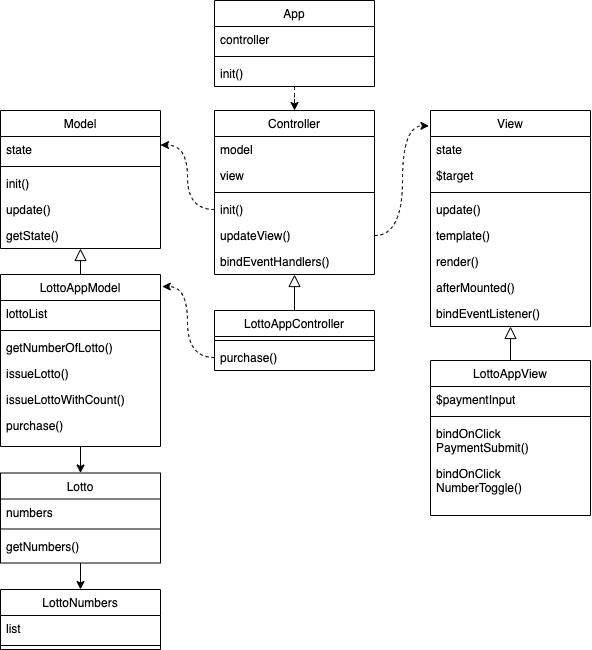
Before: javascript-lotto-modeling.png, a diagram exported from draw.io (woowacourse/javascript-lotto). Source tidied: cells renumbered, new cells last; positions are measured from the earlier drawing's top-left corner, leaving out a move shared by most shapes. The source it was exported from:
```xml
<mxGraphModel>
  <root>
    <mxCell id="0" />
    <mxCell id="1" parent="0" />
    <mxCell id="2" value="Controller" style="swimlane;fontStyle=0;align=center;verticalAlign=top;horizontal=1;startSize=26;rounded=0;shadow=0;strokeWidth=1;" parent="1" vertex="1">
      <mxGeometry x="214" y="110" width="160" height="164" as="geometry" />
    </mxCell>
    <mxCell id="3" value="model" style="text;align=left;verticalAlign=top;spacingLeft=4;spacingRight=4;overflow=hidden;points=[[0,0.5],[1,0.5]];portConstraint=eastwest;" parent="2" vertex="1">
      <mxGeometry y="26" width="160" height="26" as="geometry" />
    </mxCell>
    <mxCell id="4" value="view" style="text;align=left;verticalAlign=top;spacingLeft=4;spacingRight=4;overflow=hidden;points=[[0,0.5],[1,0.5]];portConstraint=eastwest;rounded=0;shadow=0;html=0;" parent="2" vertex="1">
      <mxGeometry y="52" width="160" height="26" as="geometry" />
    </mxCell>
    <mxCell id="5" style="line;html=1;strokeWidth=1;align=left;verticalAlign=middle;spacingTop=-1;spacingLeft=3;spacingRight=3;labelPosition=right;" parent="2" vertex="1">
      <mxGeometry y="78" width="160" height="8" as="geometry" />
    </mxCell>
    <mxCell id="6" value="init()" style="text;align=left;verticalAlign=top;spacingLeft=4;spacingRight=4;overflow=hidden;points=[[0,0.5],[1,0.5]];portConstraint=eastwest;" parent="2" vertex="1">
      <mxGeometry y="86" width="160" height="26" as="geometry" />
    </mxCell>
    <mxCell id="7" value="updateView()" style="text;align=left;verticalAlign=top;spacingLeft=4;spacingRight=4;overflow=hidden;points=[[0,0.5],[1,0.5]];portConstraint=eastwest;" parent="2" vertex="1">
      <mxGeometry y="112" width="160" height="26" as="geometry" />
    </mxCell>
    <mxCell id="8" value="bindEventHandlers()" style="text;align=left;verticalAlign=top;spacingLeft=4;spacingRight=4;overflow=hidden;" parent="2" vertex="1">
      <mxGeometry y="138" width="160" height="26" as="geometry" />
    </mxCell>
    <mxCell id="9" style="edgeStyle=orthogonalEdgeStyle;rounded=0;jettySize=auto;html=1;dashed=1;exitX=0;exitY=0.5;exitDx=0;exitDy=0;entryX=1.011;entryY=0.07;entryDx=0;entryDy=0;entryPerimeter=0;curved=1;" parent="1" edge="1" source="12" target="23">
      <mxGeometry relative="1" as="geometry" />
    </mxCell>
    <mxCell id="10" value="LottoAppController" style="swimlane;fontStyle=0;align=center;verticalAlign=top;horizontal=1;startSize=26;rounded=0;shadow=0;strokeWidth=1;" parent="1" vertex="1">
      <mxGeometry x="214" y="310" width="160" height="60" as="geometry" />
    </mxCell>
    <mxCell id="11" style="line;html=1;strokeWidth=1;align=left;verticalAlign=middle;spacingTop=-1;spacingLeft=3;spacingRight=3;labelPosition=right;" parent="10" vertex="1">
      <mxGeometry y="26" width="160" height="8" as="geometry" />
    </mxCell>
    <mxCell id="12" value="purchase()" style="text;align=left;verticalAlign=top;spacingLeft=4;spacingRight=4;overflow=hidden;points=[[0,0.5],[1,0.5]];portConstraint=eastwest;" parent="10" vertex="1">
      <mxGeometry y="34" width="160" height="26" as="geometry" />
    </mxCell>
    <mxCell id="13" style="endArrow=block;endSize=10;endFill=0;shadow=0;strokeWidth=1;rounded=0;edgeStyle=orthogonalEdgeStyle;elbow=vertical;curved=1;" parent="1" edge="1" source="10" target="2">
      <mxGeometry relative="1" as="geometry" />
    </mxCell>
    <mxCell id="14" value="View" style="swimlane;fontStyle=0;align=center;verticalAlign=top;horizontal=1;startSize=26;rounded=0;shadow=0;strokeWidth=1;" parent="1" vertex="1">
      <mxGeometry x="430" y="110" width="160" height="216" as="geometry" />
    </mxCell>
    <mxCell id="15" value="state" style="text;align=left;verticalAlign=top;spacingLeft=4;spacingRight=4;overflow=hidden;rounded=0;shadow=0;html=0;" parent="14" vertex="1">
      <mxGeometry y="26" width="160" height="26" as="geometry" />
    </mxCell>
    <mxCell id="16" value="$target" style="text;align=left;verticalAlign=top;spacingLeft=4;spacingRight=4;overflow=hidden;rounded=0;shadow=0;html=0;" parent="14" vertex="1">
      <mxGeometry y="52" width="160" height="26" as="geometry" />
    </mxCell>
    <mxCell id="17" style="line;html=1;strokeWidth=1;align=left;verticalAlign=middle;spacingTop=-1;spacingLeft=3;spacingRight=3;labelPosition=right;" parent="14" vertex="1">
      <mxGeometry y="78" width="160" height="8" as="geometry" />
    </mxCell>
    <mxCell id="18" value="update()" style="text;align=left;verticalAlign=top;spacingLeft=4;spacingRight=4;overflow=hidden;" parent="14" vertex="1">
      <mxGeometry y="86" width="160" height="26" as="geometry" />
    </mxCell>
    <mxCell id="19" value="template()" style="text;align=left;verticalAlign=top;spacingLeft=4;spacingRight=4;overflow=hidden;" parent="14" vertex="1">
      <mxGeometry y="112" width="160" height="26" as="geometry" />
    </mxCell>
    <mxCell id="20" value="render()" style="text;align=left;verticalAlign=top;spacingLeft=4;spacingRight=4;overflow=hidden;" parent="14" vertex="1">
      <mxGeometry y="138" width="160" height="26" as="geometry" />
    </mxCell>
    <mxCell id="21" value="afterMounted()" style="text;align=left;verticalAlign=top;spacingLeft=4;spacingRight=4;overflow=hidden;" parent="14" vertex="1">
      <mxGeometry y="164" width="160" height="26" as="geometry" />
    </mxCell>
    <mxCell id="22" value="bindEventListener()" style="text;align=left;verticalAlign=top;spacingLeft=4;spacingRight=4;overflow=hidden;" parent="14" vertex="1">
      <mxGeometry y="190" width="160" height="26" as="geometry" />
    </mxCell>
    <mxCell id="23" value="LottoAppModel" style="swimlane;fontStyle=0;align=center;verticalAlign=top;horizontal=1;startSize=26;rounded=0;shadow=0;strokeWidth=1;" parent="1" vertex="1">
      <mxGeometry y="274" width="160" height="172" as="geometry" />
    </mxCell>
    <mxCell id="24" value="lottoList" style="text;align=left;verticalAlign=top;spacingLeft=4;spacingRight=4;overflow=hidden;" parent="23" vertex="1">
      <mxGeometry y="26" width="160" height="26" as="geometry" />
    </mxCell>
    <mxCell id="25" style="line;html=1;strokeWidth=1;align=left;verticalAlign=middle;spacingTop=-1;spacingLeft=3;spacingRight=3;labelPosition=right;" parent="23" vertex="1">
      <mxGeometry y="52" width="160" height="8" as="geometry" />
    </mxCell>
    <mxCell id="26" value="getNumberOfLotto()" style="text;align=left;verticalAlign=top;spacingLeft=4;spacingRight=4;overflow=hidden;fontStyle=0;" parent="23" vertex="1">
      <mxGeometry y="60" width="160" height="26" as="geometry" />
    </mxCell>
    <mxCell id="27" value="issueLotto()" style="text;align=left;verticalAlign=top;spacingLeft=4;spacingRight=4;overflow=hidden;" parent="23" vertex="1">
      <mxGeometry y="86" width="160" height="26" as="geometry" />
    </mxCell>
    <mxCell id="28" value="issueLottoWithCount()" style="text;align=left;verticalAlign=top;spacingLeft=4;spacingRight=4;overflow=hidden;" parent="23" vertex="1">
      <mxGeometry y="112" width="160" height="26" as="geometry" />
    </mxCell>
    <mxCell id="29" value="purchase()" style="text;align=left;verticalAlign=top;spacingLeft=4;spacingRight=4;overflow=hidden;" parent="23" vertex="1">
      <mxGeometry y="138" width="160" height="26" as="geometry" />
    </mxCell>
    <mxCell id="30" value="LottoAppView" style="swimlane;fontStyle=0;align=center;verticalAlign=top;horizontal=1;startSize=26;rounded=0;shadow=0;strokeWidth=1;" parent="1" vertex="1">
      <mxGeometry x="430" y="360" width="160" height="155" as="geometry" />
    </mxCell>
    <mxCell id="31" value="$paymentInput" style="text;align=left;verticalAlign=top;spacingLeft=4;spacingRight=4;overflow=hidden;" parent="30" vertex="1">
      <mxGeometry y="26" width="160" height="26" as="geometry" />
    </mxCell>
    <mxCell id="32" style="line;html=1;strokeWidth=1;align=left;verticalAlign=middle;spacingTop=-1;spacingLeft=3;spacingRight=3;labelPosition=right;" parent="30" vertex="1">
      <mxGeometry y="52" width="160" height="8" as="geometry" />
    </mxCell>
    <mxCell id="33" value="bindOnClick&#10;PaymentSubmit()" style="text;align=left;verticalAlign=top;spacingLeft=4;spacingRight=4;overflow=hidden;" parent="30" vertex="1">
      <mxGeometry y="60" width="160" height="40" as="geometry" />
    </mxCell>
    <mxCell id="34" value="bindOnClick&#10;NumberToggle()" style="text;align=left;verticalAlign=top;spacingLeft=4;spacingRight=4;overflow=hidden;" parent="30" vertex="1">
      <mxGeometry y="100" width="160" height="40" as="geometry" />
    </mxCell>
    <mxCell id="35" style="endArrow=block;endSize=10;endFill=0;shadow=0;strokeWidth=1;rounded=0;edgeStyle=orthogonalEdgeStyle;elbow=vertical;exitX=0.5;exitY=0;exitDx=0;exitDy=0;entryX=0.5;entryY=1;entryDx=0;entryDy=0;curved=1;" parent="1" edge="1" source="23" target="37">
      <mxGeometry relative="1" as="geometry" />
    </mxCell>
    <mxCell id="36" style="endArrow=block;endSize=10;endFill=0;shadow=0;strokeWidth=1;rounded=0;edgeStyle=orthogonalEdgeStyle;elbow=vertical;exitX=0.5;exitY=0;exitDx=0;exitDy=0;entryX=0.5;entryY=1;entryDx=0;entryDy=0;curved=1;" parent="1" edge="1" source="30" target="14">
      <mxGeometry relative="1" as="geometry" />
    </mxCell>
    <mxCell id="37" value="Model" style="swimlane;fontStyle=0;align=center;verticalAlign=top;horizontal=1;startSize=26;rounded=0;shadow=0;strokeWidth=1;" parent="1" vertex="1">
      <mxGeometry y="110" width="160" height="138" as="geometry" />
    </mxCell>
    <mxCell id="38" value="state" style="text;align=left;verticalAlign=top;spacingLeft=4;spacingRight=4;overflow=hidden;" parent="37" vertex="1">
      <mxGeometry y="26" width="160" height="26" as="geometry" />
    </mxCell>
    <mxCell id="39" style="line;html=1;strokeWidth=1;align=left;verticalAlign=middle;spacingTop=-1;spacingLeft=3;spacingRight=3;labelPosition=right;" parent="37" vertex="1">
      <mxGeometry y="52" width="160" height="8" as="geometry" />
    </mxCell>
    <mxCell id="40" value="init()" style="text;align=left;verticalAlign=top;spacingLeft=4;spacingRight=4;overflow=hidden;fontStyle=0;" parent="37" vertex="1">
      <mxGeometry y="60" width="160" height="26" as="geometry" />
    </mxCell>
    <mxCell id="41" value="update()" style="text;align=left;verticalAlign=top;spacingLeft=4;spacingRight=4;overflow=hidden;fontStyle=0;" parent="37" vertex="1">
      <mxGeometry y="86" width="160" height="26" as="geometry" />
    </mxCell>
    <mxCell id="42" value="getState()" style="text;align=left;verticalAlign=top;spacingLeft=4;spacingRight=4;overflow=hidden;fontStyle=0;" parent="37" vertex="1">
      <mxGeometry y="112" width="160" height="26" as="geometry" />
    </mxCell>
    <mxCell id="43" value="Lotto" style="swimlane;fontStyle=0;align=center;verticalAlign=top;horizontal=1;startSize=26;rounded=0;shadow=0;strokeWidth=1;" parent="1" vertex="1">
      <mxGeometry y="472.5" width="160" height="90" as="geometry" />
    </mxCell>
    <mxCell id="44" value="numbers" style="text;align=left;verticalAlign=top;spacingLeft=4;spacingRight=4;overflow=hidden;" parent="43" vertex="1">
      <mxGeometry y="26" width="160" height="26" as="geometry" />
    </mxCell>
    <mxCell id="45" style="line;html=1;strokeWidth=1;align=left;verticalAlign=middle;spacingTop=-1;spacingLeft=3;spacingRight=3;labelPosition=right;" parent="43" vertex="1">
      <mxGeometry y="52" width="160" height="8" as="geometry" />
    </mxCell>
    <mxCell id="46" value="getNumbers()" style="text;align=left;verticalAlign=top;spacingLeft=4;spacingRight=4;overflow=hidden;" parent="43" vertex="1">
      <mxGeometry y="60" width="160" height="26" as="geometry" />
    </mxCell>
    <mxCell id="47" value="LottoNumbers" style="swimlane;fontStyle=0;align=center;verticalAlign=top;horizontal=1;startSize=26;rounded=0;shadow=0;strokeWidth=1;" parent="1" vertex="1">
      <mxGeometry y="589" width="160" height="60" as="geometry" />
    </mxCell>
    <mxCell id="48" value="list" style="text;align=left;verticalAlign=top;spacingLeft=4;spacingRight=4;overflow=hidden;" parent="47" vertex="1">
      <mxGeometry y="26" width="160" height="26" as="geometry" />
    </mxCell>
    <mxCell id="49" style="line;html=1;strokeWidth=1;align=left;verticalAlign=middle;spacingTop=-1;spacingLeft=3;spacingRight=3;labelPosition=right;" parent="47" vertex="1">
      <mxGeometry y="52" width="160" height="8" as="geometry" />
    </mxCell>
    <mxCell id="50" style="endArrow=classic;html=1;rounded=0;exitX=0.5;exitY=1;exitDx=0;exitDy=0;entryX=0.5;entryY=0;entryDx=0;entryDy=0;edgeStyle=orthogonalEdgeStyle;curved=1;" parent="1" edge="1" source="23" target="43">
      <mxGeometry relative="1" as="geometry" />
    </mxCell>
    <mxCell id="51" style="endArrow=classic;html=1;rounded=0;exitX=0.5;exitY=1;exitDx=0;exitDy=0;entryX=0.5;entryY=0;entryDx=0;entryDy=0;edgeStyle=orthogonalEdgeStyle;curved=1;" parent="1" edge="1" source="43" target="47">
      <mxGeometry relative="1" as="geometry" />
    </mxCell>
    <mxCell id="52" style="edgeStyle=orthogonalEdgeStyle;rounded=0;jettySize=auto;html=1;dashed=1;entryX=1;entryY=0.25;entryDx=0;entryDy=0;curved=1;" parent="1" edge="1" source="6" target="37">
      <mxGeometry relative="1" as="geometry" />
    </mxCell>
    <mxCell id="53" style="edgeStyle=orthogonalEdgeStyle;rounded=0;jettySize=auto;html=1;dashed=1;entryX=-0.01;entryY=0.071;entryDx=0;entryDy=0;exitX=1;exitY=0.5;exitDx=0;exitDy=0;curved=1;entryPerimeter=0;" parent="1" edge="1" source="7" target="14">
      <mxGeometry relative="1" as="geometry" />
    </mxCell>
    <mxCell id="54" style="edgeStyle=orthogonalEdgeStyle;curved=1;rounded=0;jettySize=auto;html=1;dashed=1;entryX=0.5;entryY=0;entryDx=0;entryDy=0;" parent="1" edge="1" source="55" target="2">
      <mxGeometry relative="1" as="geometry" />
    </mxCell>
    <mxCell id="55" value="App" style="swimlane;fontStyle=0;align=center;verticalAlign=top;horizontal=1;startSize=26;rounded=0;shadow=0;strokeWidth=1;" parent="1" vertex="1">
      <mxGeometry x="214" width="160" height="86" as="geometry" />
    </mxCell>
    <mxCell id="56" value="controller" style="text;align=left;verticalAlign=top;spacingLeft=4;spacingRight=4;overflow=hidden;" parent="55" vertex="1">
      <mxGeometry y="26" width="160" height="26" as="geometry" />
    </mxCell>
    <mxCell id="57" style="line;html=1;strokeWidth=1;align=left;verticalAlign=middle;spacingTop=-1;spacingLeft=3;spacingRight=3;labelPosition=right;" parent="55" vertex="1">
      <mxGeometry y="52" width="160" height="8" as="geometry" />
    </mxCell>
    <mxCell id="58" value="init()" style="text;align=left;verticalAlign=top;spacingLeft=4;spacingRight=4;overflow=hidden;" parent="55" vertex="1">
      <mxGeometry y="60" width="160" height="26" as="geometry" />
    </mxCell>
  </root>
</mxGraphModel>
```
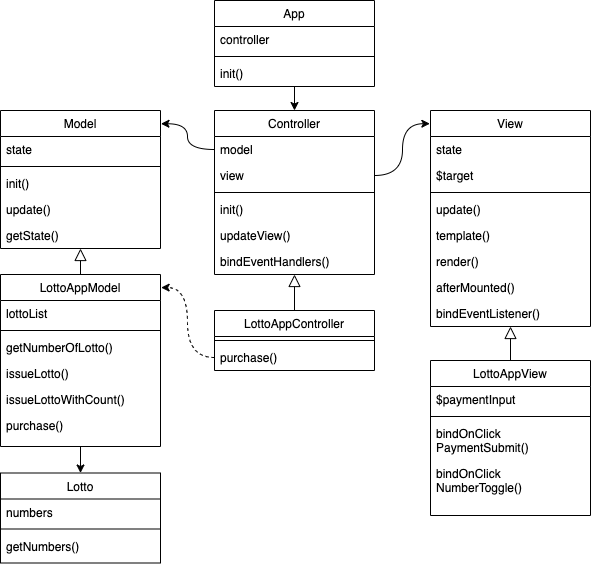
After the change.

Commit message:
docs: UML 다이어그램 수정

The edit, as a diff of the source:
```diff
@@ -23,7 +23,7 @@
     <mxCell id="8" value="bindEventHandlers()" style="text;align=left;verticalAlign=top;spacingLeft=4;spacingRight=4;overflow=hidden;" parent="2" vertex="1">
       <mxGeometry y="138" width="160" height="26" as="geometry" />
     </mxCell>
-    <mxCell id="9" style="edgeStyle=orthogonalEdgeStyle;rounded=0;jettySize=auto;html=1;dashed=1;exitX=0;exitY=0.5;exitDx=0;exitDy=0;entryX=1.011;entryY=0.07;entryDx=0;entryDy=0;entryPerimeter=0;curved=1;" parent="1" edge="1" source="12" target="23">
+    <mxCell id="9" style="edgeStyle=orthogonalEdgeStyle;rounded=0;jettySize=auto;html=1;dashed=1;exitX=0;exitY=0.5;exitDx=0;exitDy=0;entryX=1.004;entryY=0.076;entryDx=0;entryDy=0;curved=1;entryPerimeter=0;" parent="1" edge="1" source="12" target="23">
       <mxGeometry relative="1" as="geometry" />
     </mxCell>
     <mxCell id="10" value="LottoAppController" style="swimlane;fontStyle=0;align=center;verticalAlign=top;horizontal=1;startSize=26;rounded=0;shadow=0;strokeWidth=1;" parent="1" vertex="1">
@@ -137,28 +137,16 @@
     <mxCell id="46" value="getNumbers()" style="text;align=left;verticalAlign=top;spacingLeft=4;spacingRight=4;overflow=hidden;" parent="43" vertex="1">
       <mxGeometry y="60" width="160" height="26" as="geometry" />
     </mxCell>
-    <mxCell id="47" value="LottoNumbers" style="swimlane;fontStyle=0;align=center;verticalAlign=top;horizontal=1;startSize=26;rounded=0;shadow=0;strokeWidth=1;" parent="1" vertex="1">
-      <mxGeometry y="589" width="160" height="60" as="geometry" />
-    </mxCell>
-    <mxCell id="48" value="list" style="text;align=left;verticalAlign=top;spacingLeft=4;spacingRight=4;overflow=hidden;" parent="47" vertex="1">
-      <mxGeometry y="26" width="160" height="26" as="geometry" />
-    </mxCell>
-    <mxCell id="49" style="line;html=1;strokeWidth=1;align=left;verticalAlign=middle;spacingTop=-1;spacingLeft=3;spacingRight=3;labelPosition=right;" parent="47" vertex="1">
-      <mxGeometry y="52" width="160" height="8" as="geometry" />
-    </mxCell>
     <mxCell id="50" style="endArrow=classic;html=1;rounded=0;exitX=0.5;exitY=1;exitDx=0;exitDy=0;entryX=0.5;entryY=0;entryDx=0;entryDy=0;edgeStyle=orthogonalEdgeStyle;curved=1;" parent="1" edge="1" source="23" target="43">
       <mxGeometry relative="1" as="geometry" />
     </mxCell>
-    <mxCell id="51" style="endArrow=classic;html=1;rounded=0;exitX=0.5;exitY=1;exitDx=0;exitDy=0;entryX=0.5;entryY=0;entryDx=0;entryDy=0;edgeStyle=orthogonalEdgeStyle;curved=1;" parent="1" edge="1" source="43" target="47">
-      <mxGeometry relative="1" as="geometry" />
-    </mxCell>
-    <mxCell id="52" style="edgeStyle=orthogonalEdgeStyle;rounded=0;jettySize=auto;html=1;dashed=1;entryX=1;entryY=0.25;entryDx=0;entryDy=0;curved=1;" parent="1" edge="1" source="6" target="37">
+    <mxCell id="52" style="edgeStyle=orthogonalEdgeStyle;rounded=0;jettySize=auto;html=1;curved=1;exitX=0;exitY=0.5;exitDx=0;exitDy=0;entryX=1.003;entryY=0.096;entryDx=0;entryDy=0;entryPerimeter=0;" parent="1" edge="1" source="3" target="37">
       <mxGeometry relative="1" as="geometry" />
     </mxCell>
-    <mxCell id="53" style="edgeStyle=orthogonalEdgeStyle;rounded=0;jettySize=auto;html=1;dashed=1;entryX=-0.01;entryY=0.071;entryDx=0;entryDy=0;exitX=1;exitY=0.5;exitDx=0;exitDy=0;curved=1;entryPerimeter=0;" parent="1" edge="1" source="7" target="14">
+    <mxCell id="53" style="edgeStyle=orthogonalEdgeStyle;rounded=0;jettySize=auto;html=1;entryX=-0.004;entryY=0.061;entryDx=0;entryDy=0;exitX=1;exitY=0.5;exitDx=0;exitDy=0;curved=1;entryPerimeter=0;" parent="1" edge="1" source="4" target="14">
       <mxGeometry relative="1" as="geometry" />
     </mxCell>
-    <mxCell id="54" style="edgeStyle=orthogonalEdgeStyle;curved=1;rounded=0;jettySize=auto;html=1;dashed=1;entryX=0.5;entryY=0;entryDx=0;entryDy=0;" parent="1" edge="1" source="55" target="2">
+    <mxCell id="54" style="edgeStyle=orthogonalEdgeStyle;curved=1;rounded=0;jettySize=auto;html=1;entryX=0.5;entryY=0;entryDx=0;entryDy=0;" parent="1" edge="1" source="55" target="2">
       <mxGeometry relative="1" as="geometry" />
     </mxCell>
     <mxCell id="55" value="App" style="swimlane;fontStyle=0;align=center;verticalAlign=top;horizontal=1;startSize=26;rounded=0;shadow=0;strokeWidth=1;" parent="1" vertex="1">
```
